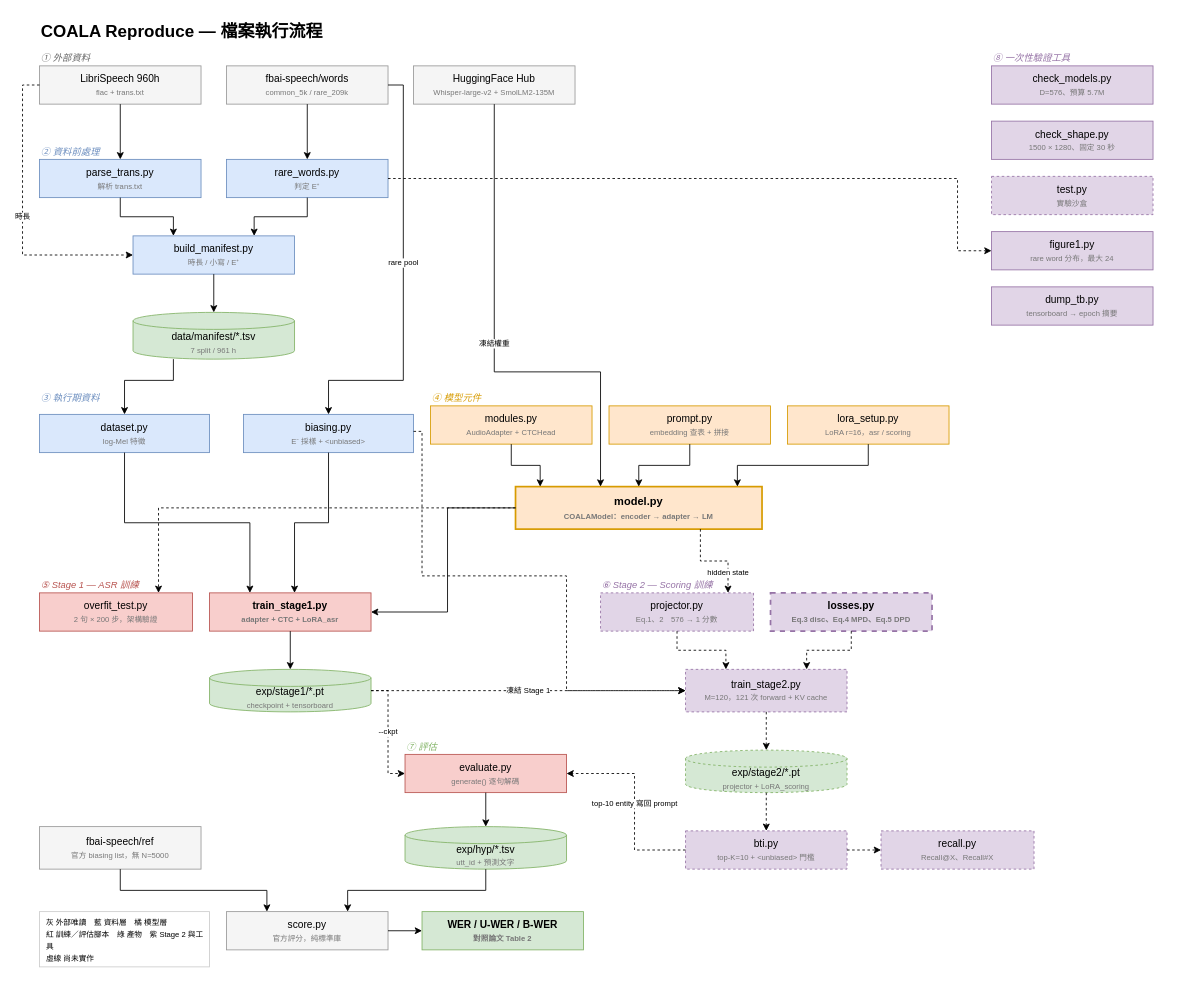
Before: COALA_pipeline.drawio in acheeeee/COALA_reproduce, a draw.io diagram. Source tidied: cells renumbered, new cells numbered last; positions are measured from the earlier drawing's top-left corner, leaving out a move shared by most shapes. Both pictures are drawn from the tidied source at 85%, with x=0, y=0 at pixel (22, 14).
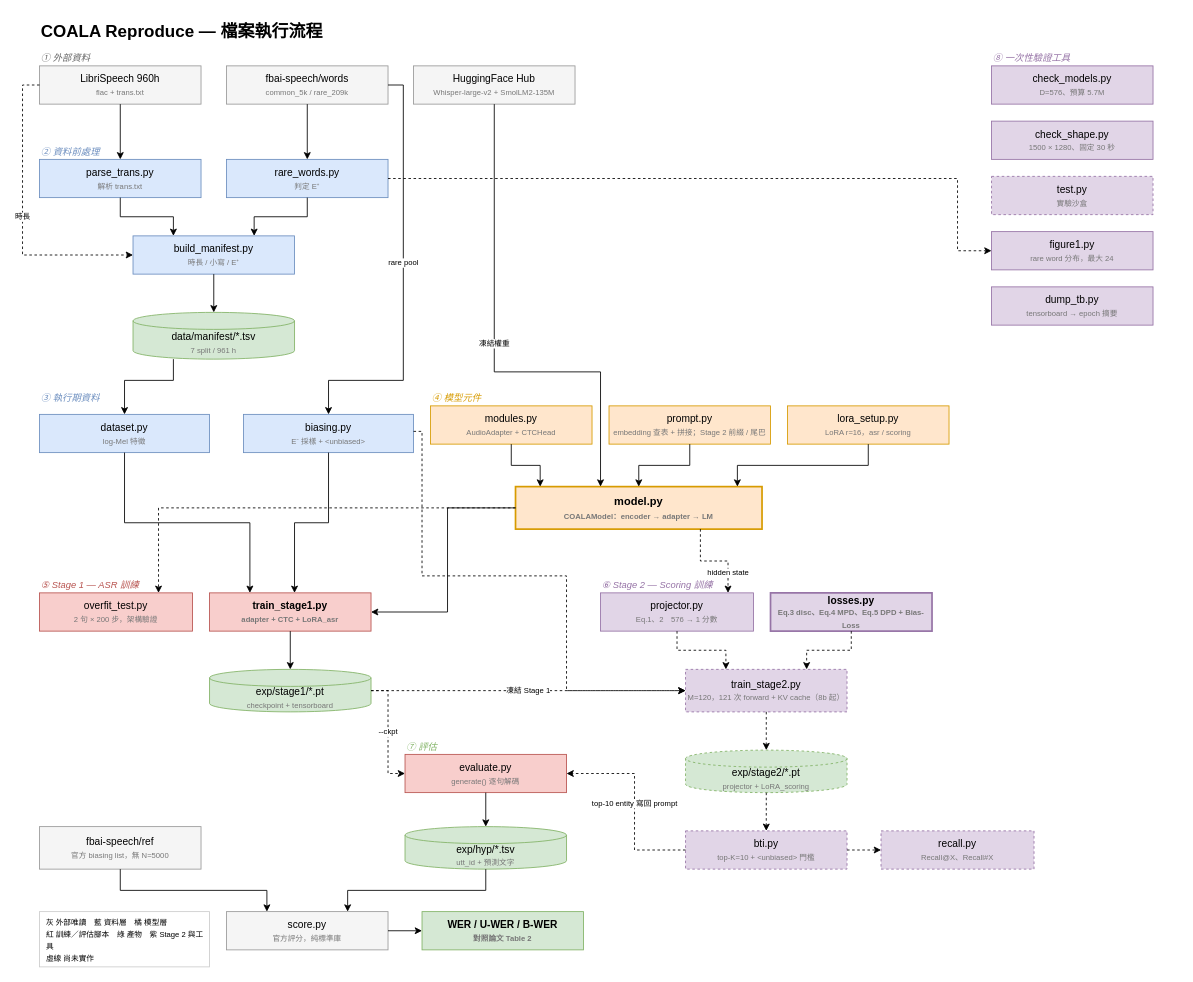
Above is the later version.

The edit, as a diff of the source:
```diff
@@
-    <mxCell id="17" value="prompt.py&lt;br&gt;&lt;font style=&quot;font-size: 9px;&quot; color=&quot;#777777&quot;&gt;embedding 查表 + 拼接&lt;/font&gt;" style="rounded=0;whiteSpace=wrap;html=1;fillColor=#ffe6cc;strokeColor=#d79b00;fontSize=12;" parent="1" vertex="1">
+    <mxCell id="17" value="prompt.py&lt;br&gt;&lt;font style=&quot;font-size: 9px;&quot; color=&quot;#777777&quot;&gt;embedding 查表 + 拼接；Stage 2 前綴 / 尾巴&lt;/font&gt;" style="rounded=0;whiteSpace=wrap;html=1;fillColor=#ffe6cc;strokeColor=#d79b00;fontSize=12;" parent="1" vertex="1">
       <mxGeometry x="690" y="460" width="190" height="45" as="geometry" />
     </mxCell>
@@
-    <mxCell id="25" value="projector.py&lt;br&gt;&lt;font style=&quot;font-size: 9px;&quot; color=&quot;#777777&quot;&gt;Eq.1、2　576 → 1 分數&lt;/font&gt;" style="rounded=0;whiteSpace=wrap;html=1;fillColor=#e1d5e7;strokeColor=#9673a6;fontSize=12;dashed=1;" parent="1" vertex="1">
+    <mxCell id="25" value="projector.py&lt;br&gt;&lt;font style=&quot;font-size: 9px;&quot; color=&quot;#777777&quot;&gt;Eq.1、2　576 → 1 分數&lt;/font&gt;" style="rounded=0;whiteSpace=wrap;html=1;fillColor=#e1d5e7;strokeColor=#9673a6;fontSize=12;" parent="1" vertex="1">
       <mxGeometry x="680" y="680" width="180" height="45" as="geometry" />
     </mxCell>
-    <mxCell id="26" value="losses.py&lt;br&gt;&lt;font style=&quot;font-size: 9px;&quot; color=&quot;#777777&quot;&gt;Eq.3 disc、Eq.4 MPD、Eq.5 DPD&lt;/font&gt;" style="rounded=0;whiteSpace=wrap;html=1;fillColor=#e1d5e7;strokeColor=#9673a6;fontSize=12;dashed=1;fontStyle=1;strokeWidth=2;" parent="1" vertex="1">
+    <mxCell id="26" value="losses.py&lt;br&gt;&lt;font style=&quot;font-size: 9px;&quot; color=&quot;#777777&quot;&gt;Eq.3 disc、Eq.4 MPD、Eq.5 DPD + Bias-Loss&lt;/font&gt;" style="rounded=0;whiteSpace=wrap;html=1;fillColor=#e1d5e7;strokeColor=#9673a6;fontSize=12;fontStyle=1;strokeWidth=2;" parent="1" vertex="1">
       <mxGeometry x="880" y="680" width="190" height="45" as="geometry" />
     </mxCell>
-    <mxCell id="27" value="train_stage2.py&lt;br&gt;&lt;font style=&quot;font-size: 9px;&quot; color=&quot;#777777&quot;&gt;M=120，121 次 forward + KV cache&lt;/font&gt;" style="rounded=0;whiteSpace=wrap;html=1;fillColor=#e1d5e7;strokeColor=#9673a6;fontSize=12;dashed=1;" parent="1" vertex="1">
+    <mxCell id="27" value="train_stage2.py&lt;br&gt;&lt;font style=&quot;font-size: 9px;&quot; color=&quot;#777777&quot;&gt;M=120，121 次 forward + KV cache（8b 起）&lt;/font&gt;" style="rounded=0;whiteSpace=wrap;html=1;fillColor=#e1d5e7;strokeColor=#9673a6;fontSize=12;dashed=1;" parent="1" vertex="1">
       <mxGeometry x="780" y="770" width="190" height="50" as="geometry" />
     </mxCell>
```
